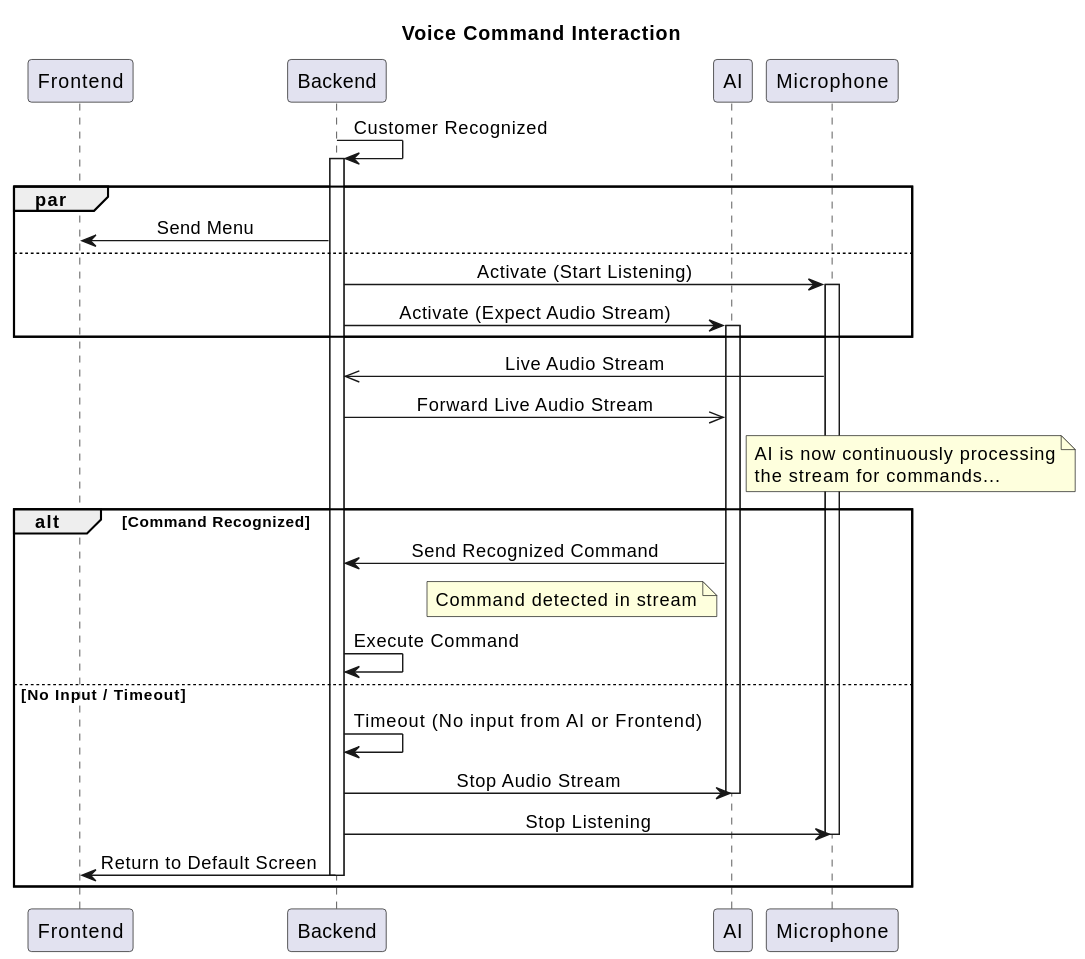
This is docs/src/diagrams/sequence_diagrams/voice_command_interaction.svg from edge-coffee-machine/edge-coffee-machine, a PlantUML export, as it was before one commit.
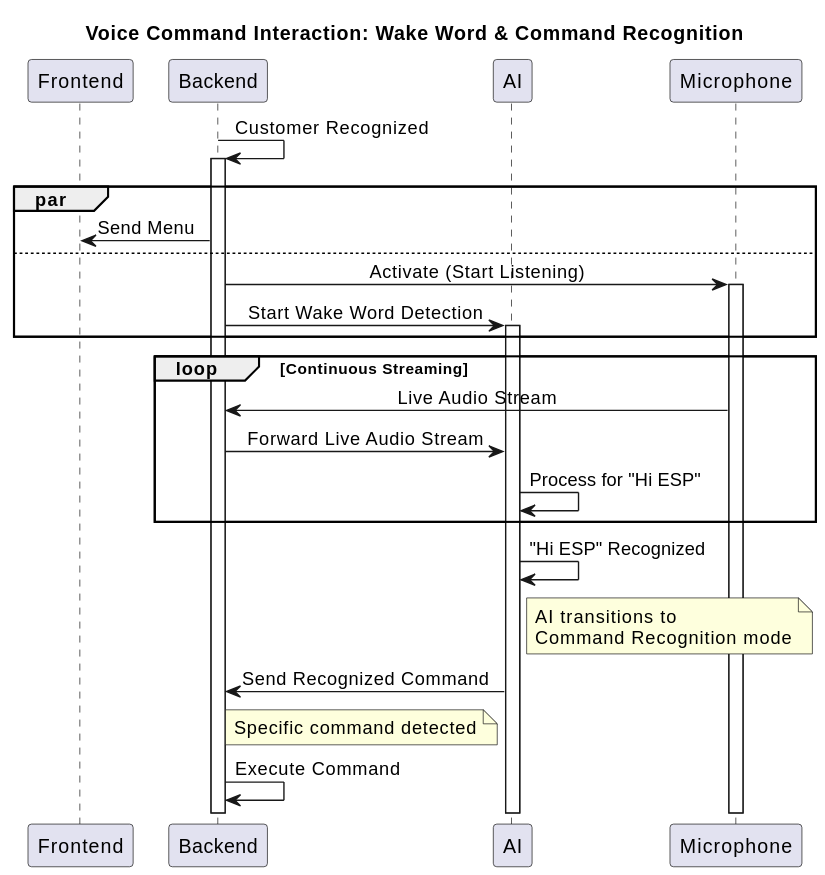
The same file after the commit.

Commit message:
Reflect latest changes in diagrams

Diff of the diagram source:
```diff
@@ -1,7 +1,7 @@
 @startuml
 skinparam sequenceMessageAlign center
 
-title Voice Command Interaction
+title Voice Command Interaction: Wake Word & Command Recognition
 
 participant Frontend
 participant Backend
@@ -16,29 +16,21 @@
 else
     Backend -> Microphone: Activate (Start Listening)
     activate Microphone
-    Backend -> AI: Activate (Expect Audio Stream)
+    Backend -> AI: Start Wake Word Detection
     activate AI
 end
 
-Microphone ->> Backend: Live Audio Stream
-Backend ->> AI: Forward Live Audio Stream
-note right of AI: AI is now continuously processing\nthe stream for commands...
+loop Continuous Streaming
+    Microphone -> Backend: Live Audio Stream
+    Backend -> AI: Forward Live Audio Stream
+    AI -> AI: Process for "Hi ESP"
+end
 
-alt Command Recognized
-    AI -> Backend: Send Recognized Command
-    note left of AI: Command detected in stream
+AI -> AI: "Hi ESP" Recognized
+note right of AI: AI transitions to\nCommand Recognition mode
 
-    Backend -> Backend: Execute Command
+AI -> Backend: Send Recognized Command
+note left of AI: Specific command detected
 
-else No Input / Timeout
-    Backend -> Backend: Timeout (No input from AI or Frontend)
-
-    Backend -> AI: Stop Audio Stream
-    deactivate AI
-    Backend -> Microphone: Stop Listening
-    deactivate Microphone
-
-    Backend -> Frontend: Return to Default Screen
-    deactivate Backend
-end
+Backend -> Backend: Execute Command
 @enduml
```
